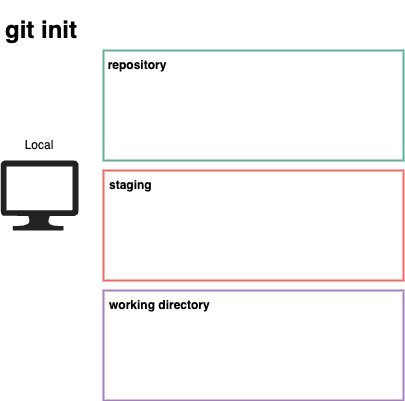
Before: img/01_Start_Git_git-init.png, a diagram exported from draw.io (s-iwakawa/Git_GitHub_Slides). Source tidied: cells renumbered, new cells last; positions are measured from the earlier drawing's top-left corner, leaving out a move shared by most shapes. The source it was exported from:
```xml
<mxGraphModel>
  <root>
    <mxCell id="0" />
    <mxCell id="1" parent="0" />
    <mxCell id="2" value="&lt;h1&gt;git init&lt;/h1&gt;&lt;p&gt;&lt;br&gt;&lt;/p&gt;" style="text;html=1;strokeColor=none;fillColor=none;spacing=5;spacingTop=-20;whiteSpace=wrap;overflow=hidden;rounded=0;" parent="1" vertex="1">
      <mxGeometry x="0.2" width="190" height="70" as="geometry" />
    </mxCell>
    <mxCell id="3" style="rounded=0;whiteSpace=wrap;html=1;strokeWidth=2;strokeColor=#67AB9F;" parent="1" vertex="1">
      <mxGeometry x="103" y="40" width="300" height="110" as="geometry" />
    </mxCell>
    <mxCell id="4" style="sketch=0;shadow=0;dashed=0;html=1;strokeColor=none;labelPosition=center;verticalLabelPosition=bottom;verticalAlign=top;align=center;fillColor=#222222;shape=mxgraph.azure.computer;" parent="1" vertex="1">
      <mxGeometry x="0.2" y="150" width="77.8" height="70" as="geometry" />
    </mxCell>
    <mxCell id="5" value="Local" style="text;html=1;strokeColor=none;fillColor=none;align=center;verticalAlign=middle;whiteSpace=wrap;rounded=0;" parent="1" vertex="1">
      <mxGeometry x="9.1" y="120" width="60" height="30" as="geometry" />
    </mxCell>
    <mxCell id="6" value="repository" style="text;html=1;strokeColor=none;fillColor=none;align=center;verticalAlign=middle;whiteSpace=wrap;rounded=0;fontStyle=1;" parent="1" vertex="1">
      <mxGeometry x="107" y="40" width="60" height="30" as="geometry" />
    </mxCell>
    <mxCell id="7" style="rounded=0;whiteSpace=wrap;html=1;strokeWidth=2;strokeColor=#EA6B66;" parent="1" vertex="1">
      <mxGeometry x="103" y="160" width="300" height="110" as="geometry" />
    </mxCell>
    <mxCell id="8" value="staging" style="text;html=1;strokeColor=none;fillColor=none;align=left;verticalAlign=middle;whiteSpace=wrap;rounded=0;fontStyle=1;" parent="1" vertex="1">
      <mxGeometry x="107" y="160" width="60" height="30" as="geometry" />
    </mxCell>
    <mxCell id="9" style="rounded=0;whiteSpace=wrap;html=1;strokeWidth=2;strokeColor=#A680B8;" parent="1" vertex="1">
      <mxGeometry x="103" y="280" width="300" height="110" as="geometry" />
    </mxCell>
    <mxCell id="10" value="working directory" style="text;html=1;strokeColor=none;fillColor=none;align=left;verticalAlign=middle;whiteSpace=wrap;rounded=0;fontStyle=1;" parent="1" vertex="1">
      <mxGeometry x="107" y="280" width="116" height="30" as="geometry" />
    </mxCell>
  </root>
</mxGraphModel>
```
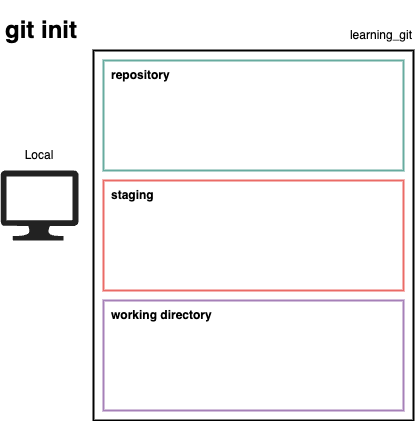
After the change.

Diff of the diagram source:
```diff
@@ -2,32 +2,38 @@
   <root>
     <mxCell id="0" />
     <mxCell id="1" parent="0" />
-    <mxCell id="2" value="&lt;h1&gt;git init&lt;/h1&gt;&lt;p&gt;&lt;br&gt;&lt;/p&gt;" style="text;html=1;strokeColor=none;fillColor=none;spacing=5;spacingTop=-20;whiteSpace=wrap;overflow=hidden;rounded=0;" parent="1" vertex="1">
-      <mxGeometry x="0.2" width="190" height="70" as="geometry" />
+    <mxCell id="2" style="rounded=0;whiteSpace=wrap;html=1;strokeWidth=2;" parent="1" vertex="1">
+      <mxGeometry x="93" y="30" width="320" height="370" as="geometry" />
     </mxCell>
-    <mxCell id="3" style="rounded=0;whiteSpace=wrap;html=1;strokeWidth=2;strokeColor=#67AB9F;" parent="1" vertex="1">
-      <mxGeometry x="103" y="40" width="300" height="110" as="geometry" />
+    <mxCell id="3" value="&lt;h1&gt;git init&lt;/h1&gt;&lt;p&gt;&lt;br&gt;&lt;/p&gt;" style="text;html=1;strokeColor=none;fillColor=none;spacing=5;spacingTop=-20;whiteSpace=wrap;overflow=hidden;rounded=0;" parent="1" vertex="1">
+      <mxGeometry x="0.2" y="-10" width="190" height="70" as="geometry" />
     </mxCell>
-    <mxCell id="4" style="sketch=0;shadow=0;dashed=0;html=1;strokeColor=none;labelPosition=center;verticalLabelPosition=bottom;verticalAlign=top;align=center;fillColor=#222222;shape=mxgraph.azure.computer;" parent="1" vertex="1">
-      <mxGeometry x="0.2" y="150" width="77.8" height="70" as="geometry" />
+    <mxCell id="4" style="rounded=0;whiteSpace=wrap;html=1;strokeWidth=2;strokeColor=#67AB9F;" parent="1" vertex="1">
+      <mxGeometry x="103" y="40" width="300" height="110" as="geometry" />
     </mxCell>
-    <mxCell id="5" value="Local" style="text;html=1;strokeColor=none;fillColor=none;align=center;verticalAlign=middle;whiteSpace=wrap;rounded=0;" parent="1" vertex="1">
-      <mxGeometry x="9.1" y="120" width="60" height="30" as="geometry" />
+    <mxCell id="5" style="sketch=0;shadow=0;dashed=0;html=1;strokeColor=none;labelPosition=center;verticalLabelPosition=bottom;verticalAlign=top;align=center;fillColor=#222222;shape=mxgraph.azure.computer;" parent="1" vertex="1">
+      <mxGeometry x="0.2" y="150" width="77.8" height="70" as="geometry" />
     </mxCell>
-    <mxCell id="6" value="repository" style="text;html=1;strokeColor=none;fillColor=none;align=center;verticalAlign=middle;whiteSpace=wrap;rounded=0;fontStyle=1;" parent="1" vertex="1">
-      <mxGeometry x="107" y="40" width="60" height="30" as="geometry" />
+    <mxCell id="6" value="Local" style="text;html=1;strokeColor=none;fillColor=none;align=center;verticalAlign=middle;whiteSpace=wrap;rounded=0;" parent="1" vertex="1">
+      <mxGeometry x="9.1" y="120" width="60" height="30" as="geometry" />
     </mxCell>
-    <mxCell id="7" style="rounded=0;whiteSpace=wrap;html=1;strokeWidth=2;strokeColor=#EA6B66;" parent="1" vertex="1">
-      <mxGeometry x="103" y="160" width="300" height="110" as="geometry" />
+    <mxCell id="7" value="repository" style="text;html=1;strokeColor=none;fillColor=none;align=left;verticalAlign=middle;whiteSpace=wrap;rounded=0;fontStyle=1;" parent="1" vertex="1">
+      <mxGeometry x="109" y="40" width="60" height="30" as="geometry" />
     </mxCell>
-    <mxCell id="8" value="staging" style="text;html=1;strokeColor=none;fillColor=none;align=left;verticalAlign=middle;whiteSpace=wrap;rounded=0;fontStyle=1;" parent="1" vertex="1">
-      <mxGeometry x="107" y="160" width="60" height="30" as="geometry" />
+    <mxCell id="8" style="rounded=0;whiteSpace=wrap;html=1;strokeWidth=2;strokeColor=#EA6B66;" parent="1" vertex="1">
+      <mxGeometry x="103" y="160" width="300" height="110" as="geometry" />
     </mxCell>
-    <mxCell id="9" style="rounded=0;whiteSpace=wrap;html=1;strokeWidth=2;strokeColor=#A680B8;" parent="1" vertex="1">
-      <mxGeometry x="103" y="280" width="300" height="110" as="geometry" />
+    <mxCell id="9" value="staging" style="text;html=1;strokeColor=none;fillColor=none;align=left;verticalAlign=middle;whiteSpace=wrap;rounded=0;fontStyle=1;" parent="1" vertex="1">
+      <mxGeometry x="109" y="160" width="60" height="30" as="geometry" />
     </mxCell>
-    <mxCell id="10" value="working directory" style="text;html=1;strokeColor=none;fillColor=none;align=left;verticalAlign=middle;whiteSpace=wrap;rounded=0;fontStyle=1;" parent="1" vertex="1">
-      <mxGeometry x="107" y="280" width="116" height="30" as="geometry" />
+    <mxCell id="10" style="rounded=0;whiteSpace=wrap;html=1;strokeWidth=2;strokeColor=#A680B8;" parent="1" vertex="1">
+      <mxGeometry x="103" y="280" width="300" height="110" as="geometry" />
     </mxCell>
+    <mxCell id="11" value="working directory" style="text;html=1;strokeColor=none;fillColor=none;align=left;verticalAlign=middle;whiteSpace=wrap;rounded=0;fontStyle=1;" parent="1" vertex="1">
+      <mxGeometry x="109" y="280" width="116" height="30" as="geometry" />
+    </mxCell>
+    <mxCell id="12" value="learning_git" style="text;html=1;align=right;verticalAlign=middle;strokeColor=none;fillColor=none;" parent="1" vertex="1">
+      <mxGeometry x="323" width="90" height="30" as="geometry" />
+    </mxCell>
   </root>
 </mxGraphModel>
```
